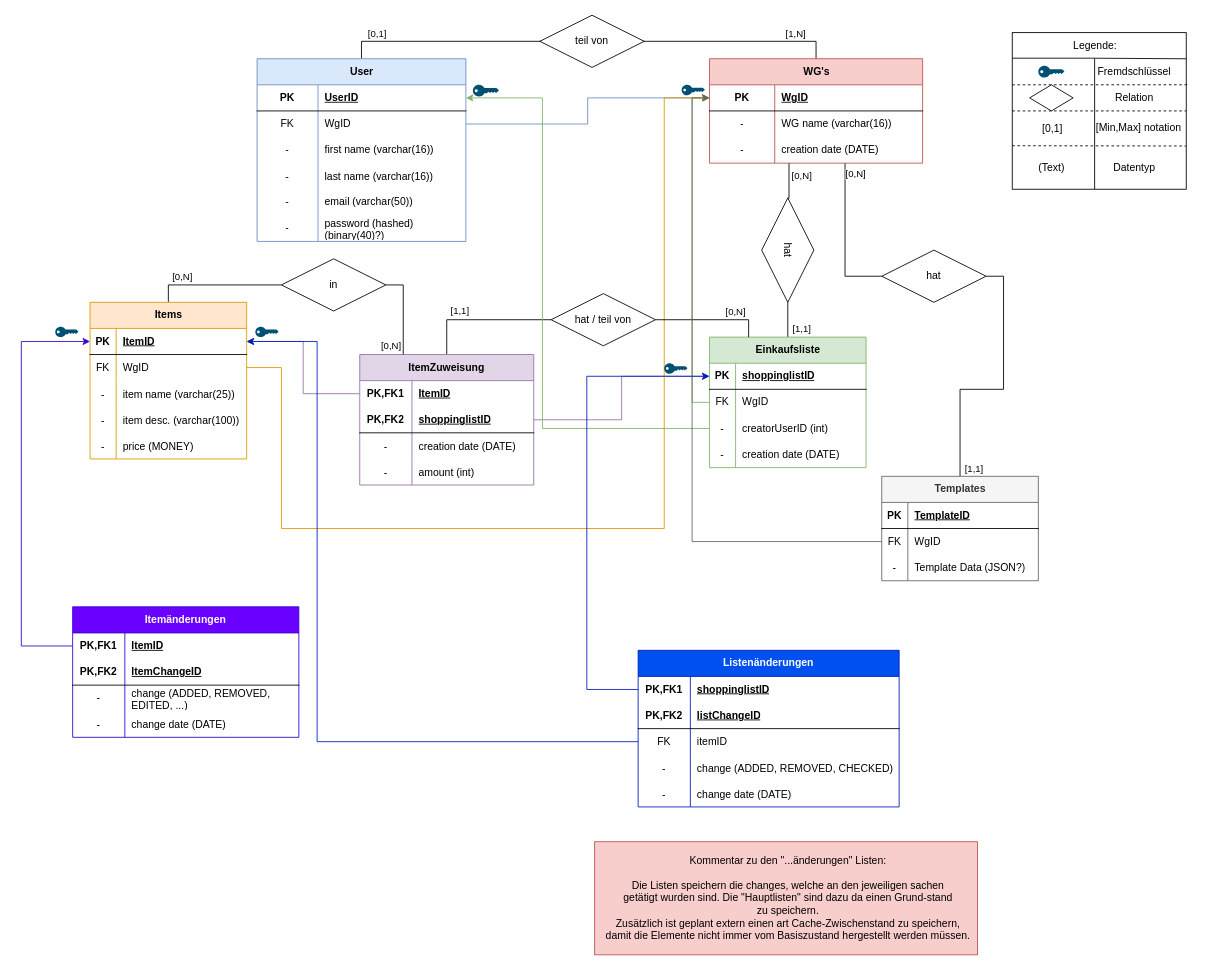
Before: docs/models/database/ShareShop.drawio in MasterOfDevilLP/ShareShop, a draw.io diagram. Source tidied: cells renumbered, new cells numbered last; positions are measured from the earlier drawing's top-left corner, leaving out a move shared by most shapes. Both pictures are drawn from the tidied source at 87%, with x=0, y=0 at pixel (21, 15).
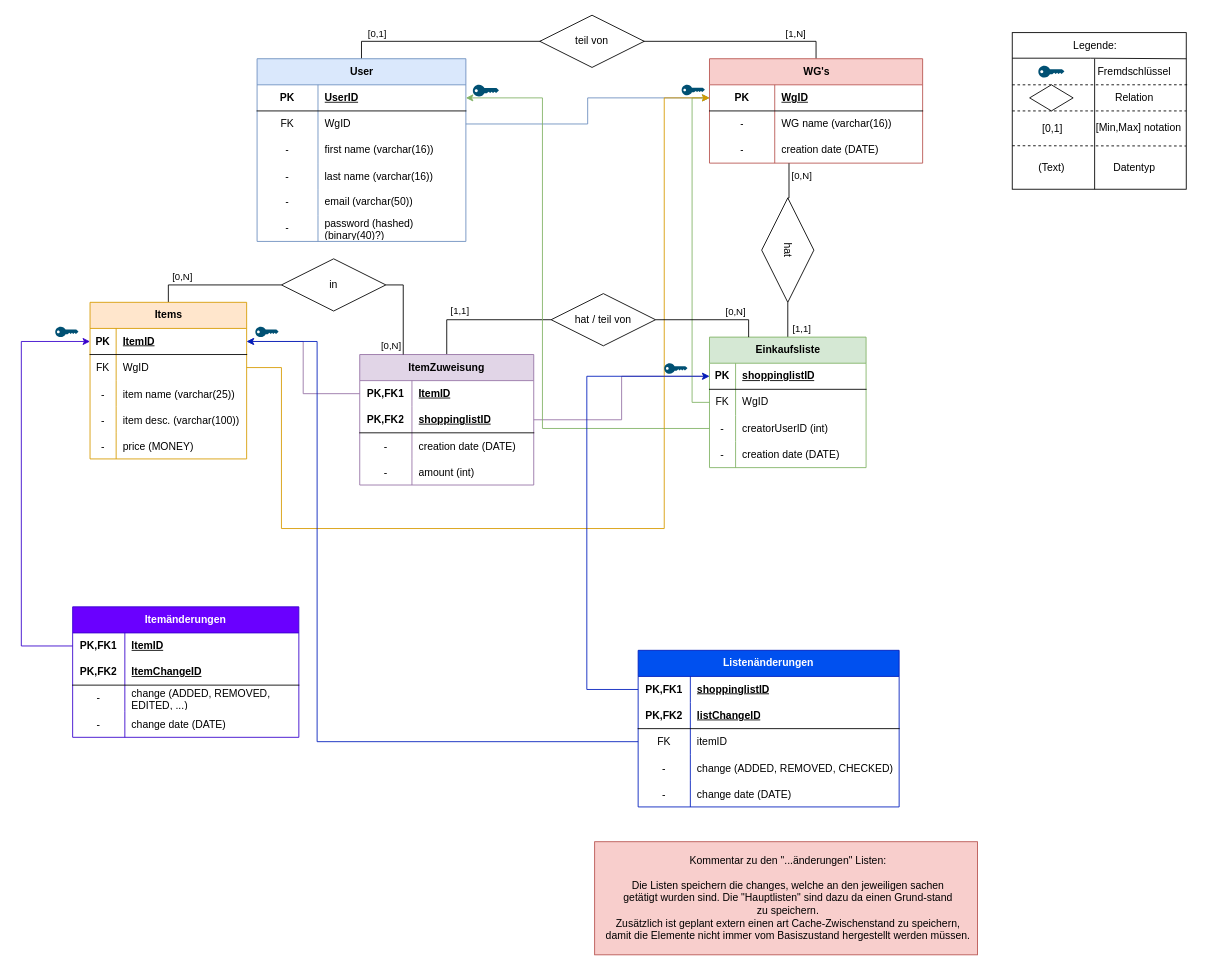
Above is the later version.

The change refers to these unchanged cells:
```xml
<mxCell id="26" style="shape=tableRow;horizontal=0;startSize=0;swimlaneHead=0;swimlaneBody=0;fillColor=none;points=[[0,0.5],[1,0.5]];portConstraint=eastwest;top=0;left=0;right=0;bottom=1;" parent="25" vertex="1">
  <mxGeometry y="30" width="245" height="30" as="geometry" />
</mxCell>
<mxCell id="32" style="shape=tableRow;horizontal=0;startSize=0;swimlaneHead=0;swimlaneBody=0;fillColor=none;points=[[0,0.5],[1,0.5]];portConstraint=eastwest;top=0;left=0;right=0;bottom=0;" parent="25" vertex="1">
  <mxGeometry y="90" width="245" height="30" as="geometry" />
</mxCell>
```

Change to the diagram source:
```diff
@@
-    <mxCell id="117" style="edgeStyle=orthogonalEdgeStyle;rounded=0;jettySize=auto;html=1;exitX=0.5;exitY=0;exitDx=0;exitDy=0;entryX=1;entryY=0.5;entryDx=0;entryDy=0;endArrow=none;startFill=0;" parent="1" edge="1" source="119" target="129">
-      <mxGeometry relative="1" as="geometry" />
-    </mxCell>
-    <mxCell id="118" value="[1,1]" style="edgeLabel;html=1;align=center;verticalAlign=middle;" parent="117" vertex="1">
-      <mxGeometry x="-0.87" y="-1" relative="1" as="geometry">
-        <mxPoint x="14" y="10" as="offset" />
-      </mxGeometry>
-    </mxCell>
-    <mxCell id="119" value="Templates" style="shape=table;startSize=30;childLayout=tableLayout;rowLines=0;fontStyle=1;align=center;html=1;fillColor=#f5f5f5;fontColor=#333333;strokeColor=#666666;" parent="1" vertex="1">
-      <mxGeometry x="989" y="530" width="180" height="120" as="geometry" />
-    </mxCell>
-    <mxCell id="120" style="shape=tableRow;horizontal=0;startSize=0;swimlaneHead=0;swimlaneBody=0;fillColor=none;top=0;left=0;right=0;bottom=1;" parent="119" vertex="1">
-      <mxGeometry y="30" width="180" height="30" as="geometry" />
-    </mxCell>
-    <mxCell id="121" value="PK" style="shape=partialRectangle;fillColor=none;top=0;left=0;bottom=0;right=0;fontStyle=1;overflow=hidden;whiteSpace=wrap;html=1;" parent="120" vertex="1">
-      <mxGeometry width="30" height="30" as="geometry" />
-    </mxCell>
-    <mxCell id="122" value="TemplateID" style="shape=partialRectangle;fillColor=none;top=0;left=0;bottom=0;right=0;align=left;spacingLeft=6;fontStyle=5;overflow=hidden;whiteSpace=wrap;html=1;" parent="120" vertex="1">
-      <mxGeometry x="30" width="150" height="30" as="geometry" />
-    </mxCell>
-    <mxCell id="123" style="shape=tableRow;horizontal=0;startSize=0;swimlaneHead=0;swimlaneBody=0;fillColor=none;points=[[0,0.5],[1,0.5]];portConstraint=eastwest;top=0;left=0;right=0;bottom=0;" parent="119" vertex="1">
-      <mxGeometry y="60" width="180" height="30" as="geometry" />
-    </mxCell>
-    <mxCell id="124" value="FK" style="shape=partialRectangle;fillColor=none;top=0;left=0;bottom=0;right=0;fontStyle=0;overflow=hidden;whiteSpace=wrap;html=1;" parent="123" vertex="1">
-      <mxGeometry width="30" height="30" as="geometry" />
-    </mxCell>
-    <mxCell id="125" value="WgID" style="shape=partialRectangle;fillColor=none;top=0;left=0;bottom=0;right=0;align=left;spacingLeft=6;fontStyle=0;overflow=hidden;whiteSpace=wrap;html=1;" parent="123" vertex="1">
-      <mxGeometry x="30" width="150" height="30" as="geometry" />
-    </mxCell>
-    <mxCell id="126" style="shape=tableRow;horizontal=0;startSize=0;swimlaneHead=0;swimlaneBody=0;fillColor=none;top=0;left=0;right=0;bottom=0;" parent="119" vertex="1">
-      <mxGeometry y="90" width="180" height="30" as="geometry" />
-    </mxCell>
-    <mxCell id="127" value="-" style="shape=partialRectangle;fillColor=none;top=0;left=0;bottom=0;right=0;overflow=hidden;whiteSpace=wrap;html=1;" parent="126" vertex="1">
-      <mxGeometry width="30" height="30" as="geometry" />
-    </mxCell>
-    <mxCell id="128" value="Template Data (JSON?)" style="shape=partialRectangle;fillColor=none;top=0;left=0;bottom=0;right=0;align=left;spacingLeft=6;overflow=hidden;whiteSpace=wrap;html=1;" parent="126" vertex="1">
-      <mxGeometry x="30" width="150" height="30" as="geometry" />
-    </mxCell>
-    <mxCell id="129" value="hat" style="shape=rhombus;perimeter=rhombusPerimeter;whiteSpace=wrap;html=1;align=center;" parent="1" vertex="1">
-      <mxGeometry x="989" y="270" width="120" height="60" as="geometry" />
-    </mxCell>
-    <mxCell id="130" style="edgeStyle=orthogonalEdgeStyle;rounded=0;jettySize=auto;html=1;exitX=0;exitY=0.5;exitDx=0;exitDy=0;entryX=0.636;entryY=1.011;entryDx=0;entryDy=0;entryPerimeter=0;endArrow=none;startFill=0;" parent="1" edge="1" source="129" target="32">
-      <mxGeometry relative="1" as="geometry" />
-    </mxCell>
-    <mxCell id="131" value="[0,N]" style="edgeLabel;html=1;align=center;verticalAlign=middle;" parent="130" vertex="1">
-      <mxGeometry x="0.86" y="1" relative="1" as="geometry">
-        <mxPoint x="13" as="offset" />
-      </mxGeometry>
-    </mxCell>
-    <mxCell id="132" style="edgeStyle=orthogonalEdgeStyle;rounded=0;jettySize=auto;html=1;exitX=0;exitY=0.5;exitDx=0;exitDy=0;entryX=0;entryY=0.5;entryDx=0;entryDy=0;fillColor=#f5f5f5;strokeColor=#666666;" parent="1" edge="1" source="123" target="26">
-      <mxGeometry relative="1" as="geometry" />
-    </mxCell>
```
